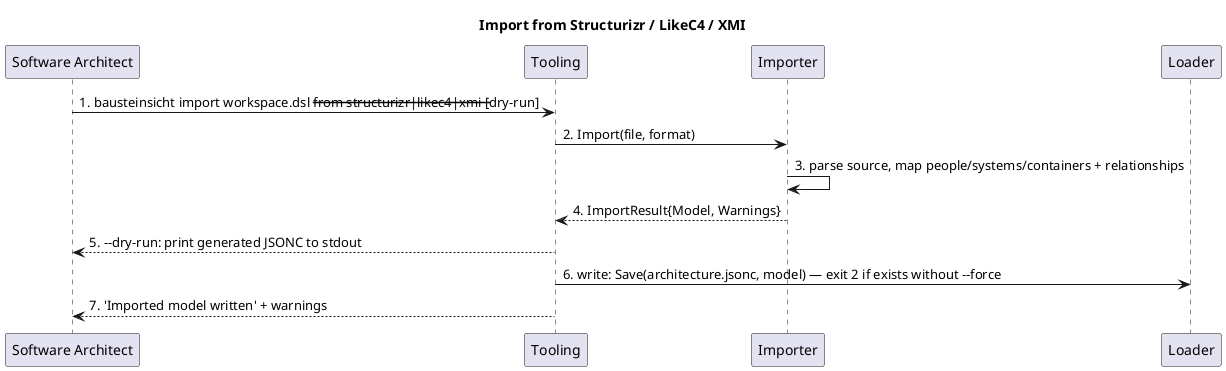
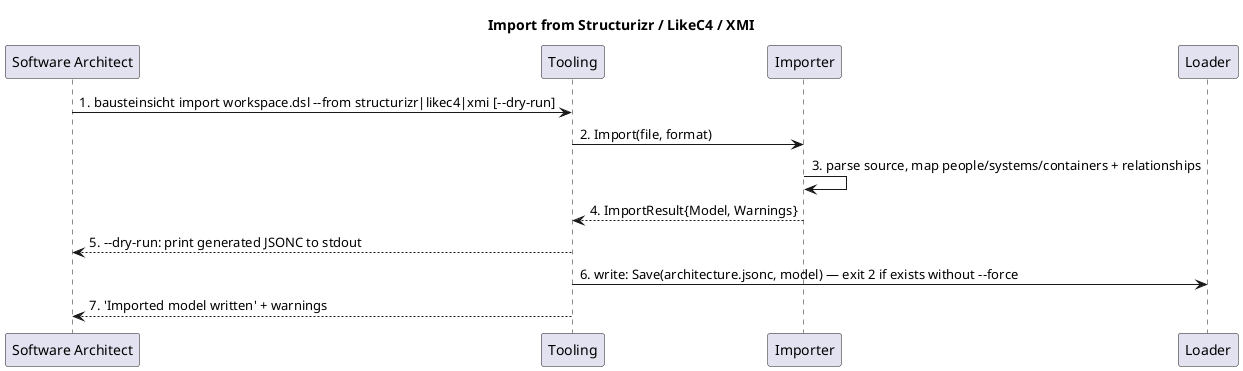
@startuml import_from_external_formats
title Import from Structurizr / LikeC4 / XMI

participant "Software Architect" as architect
participant "Tooling" as bausteinsicht_cli_tooling
participant "Importer" as bausteinsicht_importer
participant "Loader" as bausteinsicht_model_loader

- architect -> bausteinsicht_cli_tooling : 1. bausteinsicht import workspace.dsl --from structurizr|likec4|xmi [--dry-run]
+ architect -> bausteinsicht_cli_tooling : 1. bausteinsicht import workspace.dsl ‑‑from structurizr|likec4|xmi [‑‑dry-run]
bausteinsicht_cli_tooling -> bausteinsicht_importer : 2. Import(file, format)
bausteinsicht_importer -> bausteinsicht_importer : 3. parse source, map people/systems/containers + relationships
bausteinsicht_importer --> bausteinsicht_cli_tooling : 4. ImportResult{Model, Warnings}
- bausteinsicht_cli_tooling --> architect : 5. --dry-run: print generated JSONC to stdout
- bausteinsicht_cli_tooling -> bausteinsicht_model_loader : 6. write: Save(architecture.jsonc, model) — exit 2 if exists without --force
+ bausteinsicht_cli_tooling --> architect : 5. ‑‑dry-run: print generated JSONC to stdout
+ bausteinsicht_cli_tooling -> bausteinsicht_model_loader : 6. write: Save(architecture.jsonc, model) — exit 2 if exists without ‑‑force
bausteinsicht_cli_tooling --> architect : 7. 'Imported model written' + warnings

@enduml
